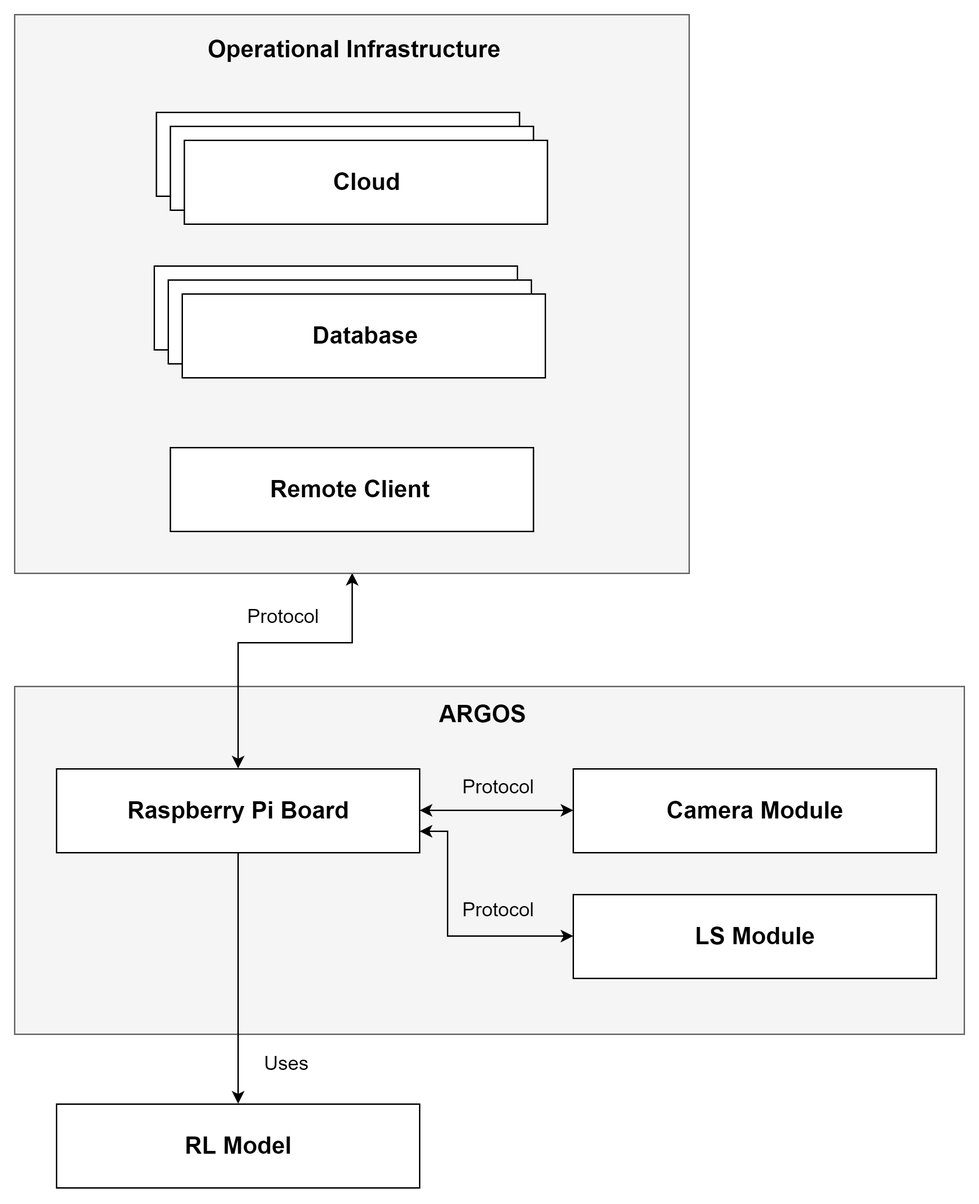
The draw.io diagram 2. Analysis/1. System Overview/sys_overview.png in esrg-silent-howl/argos, before a commit. Source tidied: cells renumbered, new cells last; positions are measured from the earlier drawing's top-left corner, leaving out a move shared by most shapes.
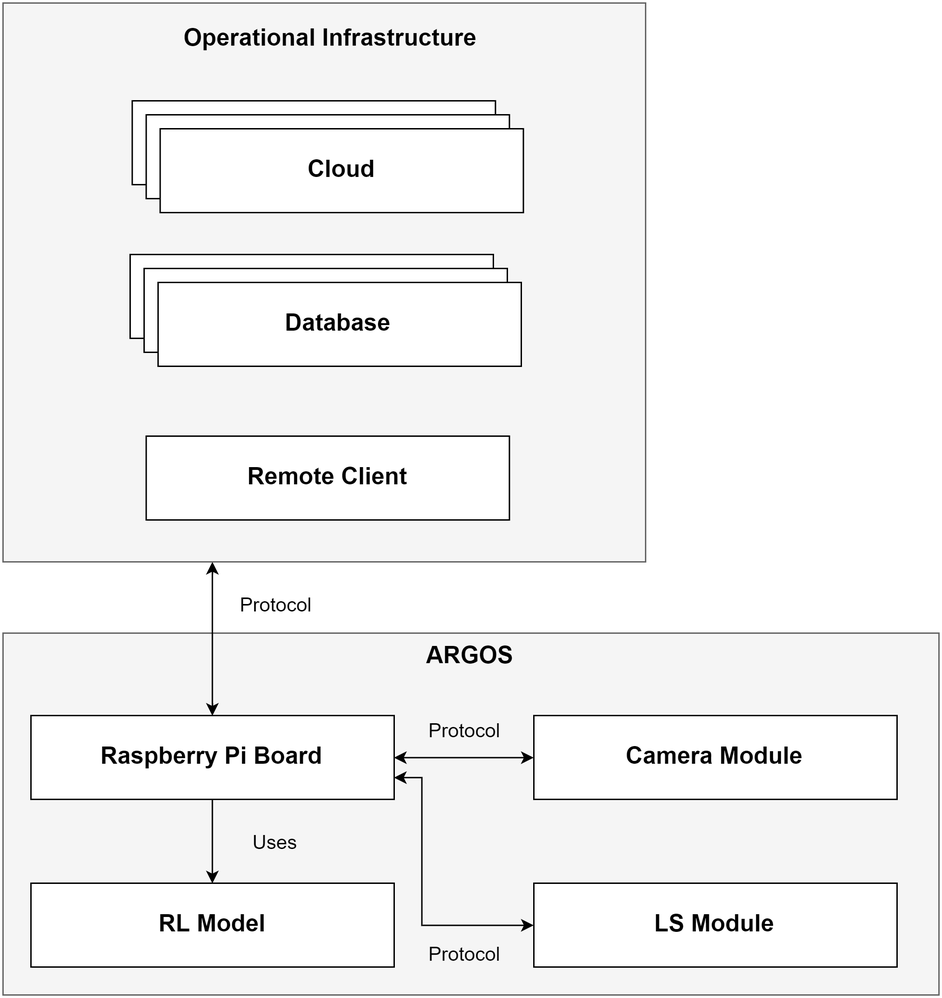
Above is the later version.

Commit message:
UPDT: System Overview & HW Architecture Diagrams

Change to the diagram source:
```diff
@@ -2,8 +2,8 @@
   <root>
     <mxCell id="0" />
     <mxCell id="1" parent="0" />
-    <mxCell id="2" style="rounded=0;whiteSpace=wrap;html=1;fillColor=#f5f5f5;strokeColor=#666666;fontColor=#333333;" parent="1" vertex="1">
-      <mxGeometry y="481" width="680" height="249" as="geometry" />
+    <mxCell id="2" value="&lt;b style=&quot;color: rgb(0 , 0 , 0) ; font-size: 17px ; white-space: normal&quot;&gt;ARGOS&lt;/b&gt;" style="rounded=0;whiteSpace=wrap;html=1;fillColor=#f5f5f5;strokeColor=#666666;fontColor=#333333;verticalAlign=top;" parent="1" vertex="1">
+      <mxGeometry x="10" y="481" width="670" height="259" as="geometry" />
     </mxCell>
     <mxCell id="3" style="edgeStyle=orthogonalEdgeStyle;rounded=0;jettySize=auto;html=1;exitX=0.5;exitY=1;exitDx=0;exitDy=0;entryX=0.5;entryY=0;entryDx=0;entryDy=0;startArrow=none;startFill=0;endArrow=classic;endFill=1;" parent="1" edge="1" source="6" target="14">
       <mxGeometry relative="1" as="geometry" />
@@ -11,57 +11,42 @@
     <mxCell id="4" style="edgeStyle=orthogonalEdgeStyle;rounded=0;jettySize=auto;html=1;exitX=1;exitY=0.5;exitDx=0;exitDy=0;entryX=0;entryY=0.5;entryDx=0;entryDy=0;startArrow=classic;startFill=1;endArrow=classic;endFill=1;" parent="1" edge="1" source="6" target="8">
       <mxGeometry relative="1" as="geometry" />
     </mxCell>
-    <mxCell id="5" style="edgeStyle=orthogonalEdgeStyle;rounded=0;jettySize=auto;html=1;exitX=0.5;exitY=0;exitDx=0;exitDy=0;entryX=0.5;entryY=1;entryDx=0;entryDy=0;startArrow=classic;startFill=1;endArrow=classic;endFill=1;" parent="1" edge="1" source="6" target="13">
+    <mxCell id="5" style="edgeStyle=orthogonalEdgeStyle;rounded=0;jettySize=auto;html=1;exitX=0.5;exitY=0;exitDx=0;exitDy=0;startArrow=classic;startFill=1;endArrow=classic;endFill=1;" parent="1" edge="1" source="6" target="13">
       <mxGeometry relative="1" as="geometry">
         <Array as="points">
           <mxPoint x="160" y="450" />
-          <mxPoint x="242" y="450" />
+          <mxPoint x="160" y="450" />
         </Array>
       </mxGeometry>
     </mxCell>
-    <mxCell id="6" style="rounded=0;whiteSpace=wrap;html=1;" parent="1" vertex="1">
+    <mxCell id="6" value="&lt;b style=&quot;font-size: 17px ; white-space: normal&quot;&gt;Raspberry Pi Board&lt;/b&gt;" style="rounded=0;whiteSpace=wrap;html=1;" parent="1" vertex="1">
       <mxGeometry x="30" y="540" width="260" height="60" as="geometry" />
     </mxCell>
-    <mxCell id="7" value="&lt;font style=&quot;font-size: 17px&quot;&gt;&lt;b&gt;Raspberry Pi Board&lt;/b&gt;&lt;/font&gt;" style="text;html=1;strokeColor=none;fillColor=none;align=center;verticalAlign=middle;whiteSpace=wrap;rounded=0;" parent="1" vertex="1">
-      <mxGeometry x="77.5" y="555" width="165" height="30" as="geometry" />
-    </mxCell>
-    <mxCell id="8" style="rounded=0;whiteSpace=wrap;html=1;" parent="1" vertex="1">
-      <mxGeometry x="400" y="540" width="260" height="60" as="geometry" />
+    <mxCell id="8" value="&lt;b style=&quot;white-space: normal ; font-size: 17px&quot;&gt;Camera Module&lt;/b&gt;" style="rounded=0;whiteSpace=wrap;html=1;" parent="1" vertex="1">
+      <mxGeometry x="390" y="540" width="260" height="60" as="geometry" />
     </mxCell>
-    <mxCell id="9" value="&lt;b style=&quot;font-size: 17px&quot;&gt;Camera Module&lt;/b&gt;" style="text;html=1;strokeColor=none;fillColor=none;align=center;verticalAlign=middle;whiteSpace=wrap;rounded=0;" parent="1" vertex="1">
-      <mxGeometry x="447.5" y="560" width="165" height="20" as="geometry" />
-    </mxCell>
     <mxCell id="10" style="edgeStyle=orthogonalEdgeStyle;rounded=0;jettySize=auto;html=1;exitX=0;exitY=0.5;exitDx=0;exitDy=0;entryX=1;entryY=0.75;entryDx=0;entryDy=0;startArrow=classic;startFill=1;endArrow=classic;endFill=1;" parent="1" edge="1" source="11" target="6">
       <mxGeometry relative="1" as="geometry">
         <Array as="points">
-          <mxPoint x="310" y="660" />
+          <mxPoint x="310" y="690" />
           <mxPoint x="310" y="585" />
         </Array>
       </mxGeometry>
     </mxCell>
-    <mxCell id="11" style="rounded=0;whiteSpace=wrap;html=1;" parent="1" vertex="1">
-      <mxGeometry x="400" y="630" width="260" height="60" as="geometry" />
+    <mxCell id="11" value="&lt;b style=&quot;font-size: 17px ; white-space: normal&quot;&gt;LS Module&lt;/b&gt;" style="rounded=0;whiteSpace=wrap;html=1;" parent="1" vertex="1">
+      <mxGeometry x="390" y="660" width="260" height="60" as="geometry" />
     </mxCell>
-    <mxCell id="12" value="&lt;font style=&quot;font-size: 17px&quot;&gt;&lt;b&gt;LS Module&lt;/b&gt;&lt;/font&gt;" style="text;html=1;strokeColor=none;fillColor=none;align=center;verticalAlign=middle;whiteSpace=wrap;rounded=0;" parent="1" vertex="1">
-      <mxGeometry x="447.5" y="650" width="165" height="20" as="geometry" />
-    </mxCell>
     <mxCell id="13" style="rounded=0;whiteSpace=wrap;html=1;fillColor=#f5f5f5;strokeColor=#666666;fontColor=#333333;" parent="1" vertex="1">
-      <mxGeometry width="483" height="400" as="geometry" />
+      <mxGeometry x="10" y="30" width="460" height="400" as="geometry" />
     </mxCell>
-    <mxCell id="14" style="rounded=0;whiteSpace=wrap;html=1;" parent="1" vertex="1">
-      <mxGeometry x="30" y="780" width="260" height="60" as="geometry" />
+    <mxCell id="14" value="&lt;b style=&quot;font-size: 17px ; white-space: normal&quot;&gt;RL Model&lt;/b&gt;" style="rounded=0;whiteSpace=wrap;html=1;" parent="1" vertex="1">
+      <mxGeometry x="30" y="660" width="260" height="60" as="geometry" />
     </mxCell>
-    <mxCell id="15" value="&lt;font style=&quot;font-size: 17px&quot;&gt;&lt;b&gt;ARGOS&lt;/b&gt;&lt;/font&gt;" style="text;html=1;strokeColor=none;fillColor=none;align=center;verticalAlign=middle;whiteSpace=wrap;rounded=0;" parent="1" vertex="1">
-      <mxGeometry x="252.5" y="491" width="165" height="20" as="geometry" />
-    </mxCell>
-    <mxCell id="16" value="&lt;font style=&quot;font-size: 17px&quot;&gt;&lt;b&gt;RL Model&lt;/b&gt;&lt;/font&gt;" style="text;html=1;strokeColor=none;fillColor=none;align=center;verticalAlign=middle;whiteSpace=wrap;rounded=0;" parent="1" vertex="1">
-      <mxGeometry x="77.5" y="795" width="165" height="30" as="geometry" />
-    </mxCell>
     <mxCell id="17" value="&lt;font style=&quot;font-size: 14px&quot;&gt;Uses&lt;/font&gt;" style="text;html=1;align=center;verticalAlign=middle;" parent="1" vertex="1">
-      <mxGeometry x="170" y="740" width="50" height="20" as="geometry" />
+      <mxGeometry x="180" y="620" width="50" height="20" as="geometry" />
     </mxCell>
     <mxCell id="18" style="group;" parent="1" vertex="1">
-      <mxGeometry x="101.5" y="70" width="280" height="80" as="geometry" />
+      <mxGeometry x="102.5" y="100" width="280" height="80" as="geometry" />
     </mxCell>
     <mxCell id="19" style="rounded=0;whiteSpace=wrap;html=1;" parent="18" vertex="1">
       <mxGeometry width="260" height="60" as="geometry" />
@@ -69,14 +54,11 @@
     <mxCell id="20" style="rounded=0;whiteSpace=wrap;html=1;" parent="18" vertex="1">
       <mxGeometry x="10" y="10" width="260" height="60" as="geometry" />
     </mxCell>
-    <mxCell id="21" style="rounded=0;whiteSpace=wrap;html=1;" parent="18" vertex="1">
+    <mxCell id="21" value="&lt;b style=&quot;white-space: normal ; font-size: 17px&quot;&gt;Cloud&lt;/b&gt;" style="rounded=0;whiteSpace=wrap;html=1;" parent="18" vertex="1">
       <mxGeometry x="20" y="20" width="260" height="60" as="geometry" />
     </mxCell>
-    <mxCell id="22" value="&lt;b style=&quot;font-size: 17px&quot;&gt;Cloud&lt;/b&gt;" style="text;html=1;strokeColor=none;fillColor=none;align=center;verticalAlign=middle;whiteSpace=wrap;rounded=0;" parent="18" vertex="1">
-      <mxGeometry x="67.5" y="40" width="165" height="20" as="geometry" />
-    </mxCell>
     <mxCell id="23" style="group;" parent="1" vertex="1">
-      <mxGeometry x="100" y="180" width="280" height="80" as="geometry" />
+      <mxGeometry x="101" y="210" width="280" height="80" as="geometry" />
     </mxCell>
     <mxCell id="24" style="rounded=0;whiteSpace=wrap;html=1;" parent="23" vertex="1">
       <mxGeometry width="260" height="60" as="geometry" />
@@ -84,29 +66,23 @@
     <mxCell id="25" style="rounded=0;whiteSpace=wrap;html=1;" parent="23" vertex="1">
       <mxGeometry x="10" y="10" width="260" height="60" as="geometry" />
     </mxCell>
-    <mxCell id="26" style="rounded=0;whiteSpace=wrap;html=1;" parent="23" vertex="1">
+    <mxCell id="26" value="&lt;b style=&quot;font-size: 17px ; white-space: normal&quot;&gt;Database&lt;/b&gt;" style="rounded=0;whiteSpace=wrap;html=1;" parent="23" vertex="1">
       <mxGeometry x="20" y="20" width="260" height="60" as="geometry" />
     </mxCell>
-    <mxCell id="27" value="&lt;span style=&quot;font-size: 17px&quot;&gt;&lt;b&gt;Database&lt;/b&gt;&lt;/span&gt;" style="text;html=1;strokeColor=none;fillColor=none;align=center;verticalAlign=middle;whiteSpace=wrap;rounded=0;" parent="23" vertex="1">
-      <mxGeometry x="67.5" y="40" width="165" height="20" as="geometry" />
-    </mxCell>
     <mxCell id="28" value="&lt;font style=&quot;font-size: 17px&quot;&gt;&lt;b&gt;Operational Infrastructure&lt;/b&gt;&lt;/font&gt;" style="text;html=1;strokeColor=none;fillColor=none;align=center;verticalAlign=middle;whiteSpace=wrap;rounded=0;" parent="1" vertex="1">
-      <mxGeometry x="136" y="10" width="213" height="30" as="geometry" />
+      <mxGeometry x="137" y="40" width="213" height="30" as="geometry" />
     </mxCell>
-    <mxCell id="29" style="rounded=0;whiteSpace=wrap;html=1;" parent="1" vertex="1">
-      <mxGeometry x="111.5" y="310" width="260" height="60" as="geometry" />
+    <mxCell id="29" value="&lt;b style=&quot;white-space: normal ; font-size: 17px&quot;&gt;Remote Client&lt;/b&gt;" style="rounded=0;whiteSpace=wrap;html=1;" parent="1" vertex="1">
+      <mxGeometry x="112.5" y="340" width="260" height="60" as="geometry" />
     </mxCell>
-    <mxCell id="30" value="&lt;b style=&quot;font-size: 17px&quot;&gt;Remote Client&lt;/b&gt;" style="text;html=1;strokeColor=none;fillColor=none;align=center;verticalAlign=middle;whiteSpace=wrap;rounded=0;" parent="1" vertex="1">
-      <mxGeometry x="157.5" y="330" width="165" height="20" as="geometry" />
-    </mxCell>
     <mxCell id="31" value="&lt;font style=&quot;font-size: 14px&quot;&gt;Protocol&lt;/font&gt;" style="text;html=1;align=center;verticalAlign=middle;" parent="1" vertex="1">
-      <mxGeometry x="157.5" y="420" width="70" height="20" as="geometry" />
+      <mxGeometry x="170" y="450" width="70" height="20" as="geometry" />
     </mxCell>
     <mxCell id="32" value="&lt;font style=&quot;font-size: 14px&quot;&gt;Protocol&lt;/font&gt;" style="text;html=1;align=center;verticalAlign=middle;" parent="1" vertex="1">
-      <mxGeometry x="311.5" y="630" width="70" height="20" as="geometry" />
+      <mxGeometry x="305" y="700" width="70" height="20" as="geometry" />
     </mxCell>
     <mxCell id="33" value="&lt;font style=&quot;font-size: 14px&quot;&gt;Protocol&lt;/font&gt;" style="text;html=1;align=center;verticalAlign=middle;" parent="1" vertex="1">
-      <mxGeometry x="311.5" y="542" width="70" height="20" as="geometry" />
+      <mxGeometry x="305" y="540" width="70" height="20" as="geometry" />
     </mxCell>
   </root>
 </mxGraphModel>
```
